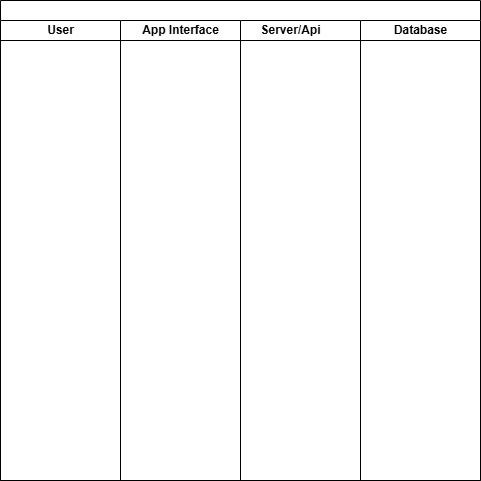
The draw.io diagram RegisterDiagram.drawio.png in LeQuan114/cinema_system, before a commit. Source tidied: cells renumbered, new cells last; positions are measured from the earlier drawing's top-left corner, leaving out a move shared by most shapes. Its diagram source:
```xml
<mxGraphModel>
  <root>
    <mxCell id="0" />
    <mxCell id="1" parent="0" />
    <mxCell id="2" style="swimlane;startSize=20;html=1;" parent="1" vertex="1">
      <mxGeometry width="480" height="480" as="geometry" />
    </mxCell>
    <mxCell id="3" value="User" style="swimlane;startSize=20;html=1;" parent="2" vertex="1">
      <mxGeometry y="20" width="120" height="460" as="geometry" />
    </mxCell>
    <mxCell id="4" value="App Interface" style="swimlane;startSize=20;html=1;" parent="2" vertex="1">
      <mxGeometry x="120" y="20" width="120" height="460" as="geometry" />
    </mxCell>
    <mxCell id="5" value="Server/Api&lt;span style=&quot;white-space: pre;&quot;&gt;&#9;&lt;/span&gt;" style="swimlane;startSize=20;html=1;" parent="2" vertex="1">
      <mxGeometry x="240" y="20" width="120" height="460" as="geometry" />
    </mxCell>
    <mxCell id="6" value="Database" style="swimlane;startSize=20;html=1;" parent="2" vertex="1">
      <mxGeometry x="360" y="20" width="120" height="460" as="geometry" />
    </mxCell>
  </root>
</mxGraphModel>
```
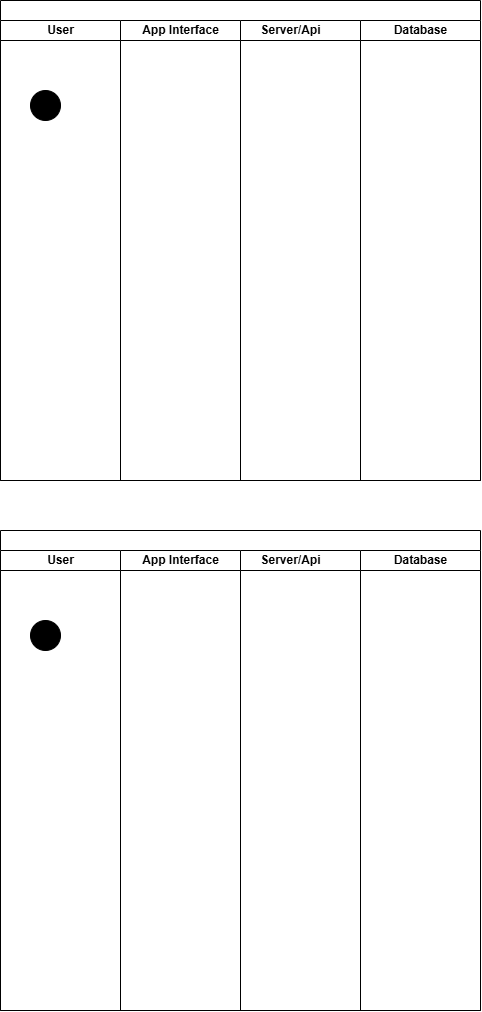
After the change.

What changed in the source:
```diff
@@ -8,6 +8,9 @@
     <mxCell id="3" value="User" style="swimlane;startSize=20;html=1;" parent="2" vertex="1">
       <mxGeometry y="20" width="120" height="460" as="geometry" />
     </mxCell>
+    <mxCell id="7" style="ellipse;fillColor=strokeColor;html=1;" parent="3" vertex="1">
+      <mxGeometry x="30" y="70" width="30" height="30" as="geometry" />
+    </mxCell>
     <mxCell id="4" value="App Interface" style="swimlane;startSize=20;html=1;" parent="2" vertex="1">
       <mxGeometry x="120" y="20" width="120" height="460" as="geometry" />
     </mxCell>
@@ -17,5 +20,23 @@
     <mxCell id="6" value="Database" style="swimlane;startSize=20;html=1;" parent="2" vertex="1">
       <mxGeometry x="360" y="20" width="120" height="460" as="geometry" />
     </mxCell>
+    <mxCell id="8" style="swimlane;startSize=20;html=1;" parent="1" vertex="1">
+      <mxGeometry y="530" width="480" height="480" as="geometry" />
+    </mxCell>
+    <mxCell id="9" value="User" style="swimlane;startSize=20;html=1;" parent="8" vertex="1">
+      <mxGeometry y="20" width="120" height="460" as="geometry" />
+    </mxCell>
+    <mxCell id="10" style="ellipse;fillColor=strokeColor;html=1;" parent="9" vertex="1">
+      <mxGeometry x="30" y="70" width="30" height="30" as="geometry" />
+    </mxCell>
+    <mxCell id="11" value="App Interface" style="swimlane;startSize=20;html=1;" parent="8" vertex="1">
+      <mxGeometry x="120" y="20" width="120" height="460" as="geometry" />
+    </mxCell>
+    <mxCell id="12" value="Server/Api&lt;span style=&quot;white-space: pre;&quot;&gt;&#9;&lt;/span&gt;" style="swimlane;startSize=20;html=1;" parent="8" vertex="1">
+      <mxGeometry x="240" y="20" width="120" height="460" as="geometry" />
+    </mxCell>
+    <mxCell id="13" value="Database" style="swimlane;startSize=20;html=1;" parent="8" vertex="1">
+      <mxGeometry x="360" y="20" width="120" height="460" as="geometry" />
+    </mxCell>
   </root>
 </mxGraphModel>
```
